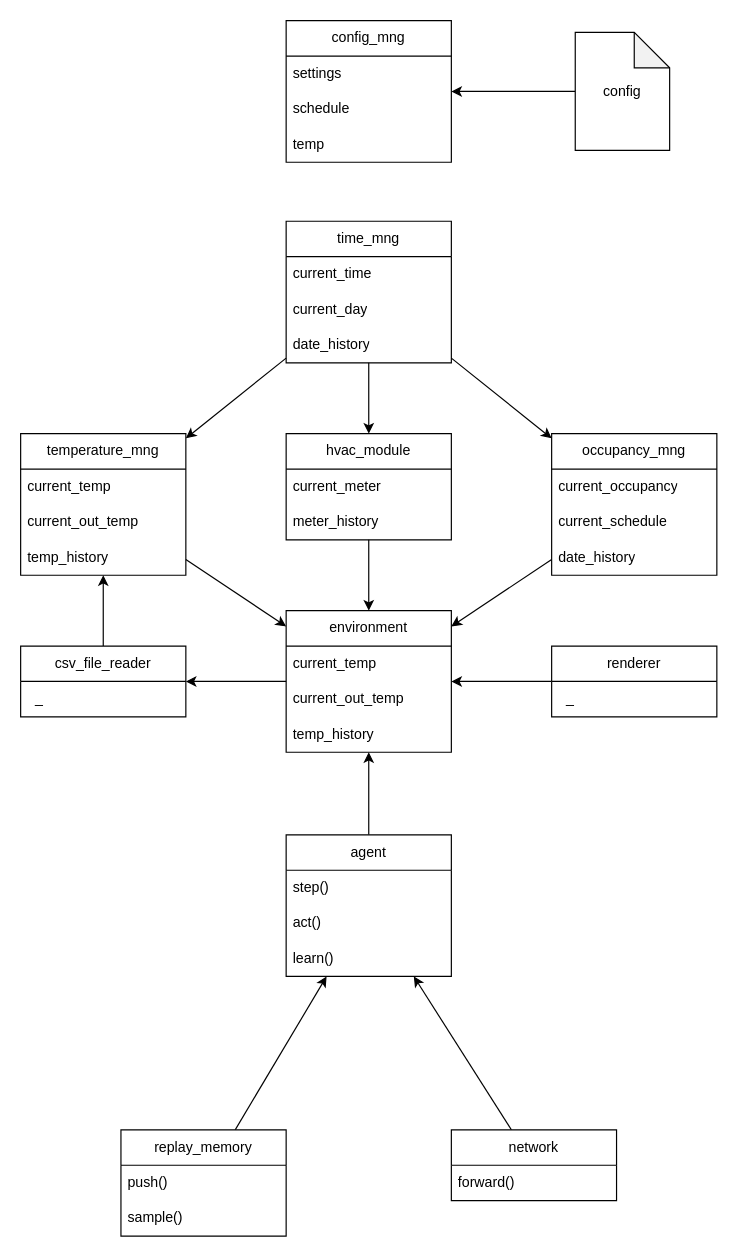
The draw.io diagram doc/diagram.dio in fix1t/SmartTemp-RL, before the edit. Source tidied: cells renumbered, new cells numbered last; positions are measured from the earlier drawing's top-left corner, leaving out a move shared by most shapes. Both pictures are drawn from the tidied source at 118%, with x=0, y=0 at pixel (20, 20).
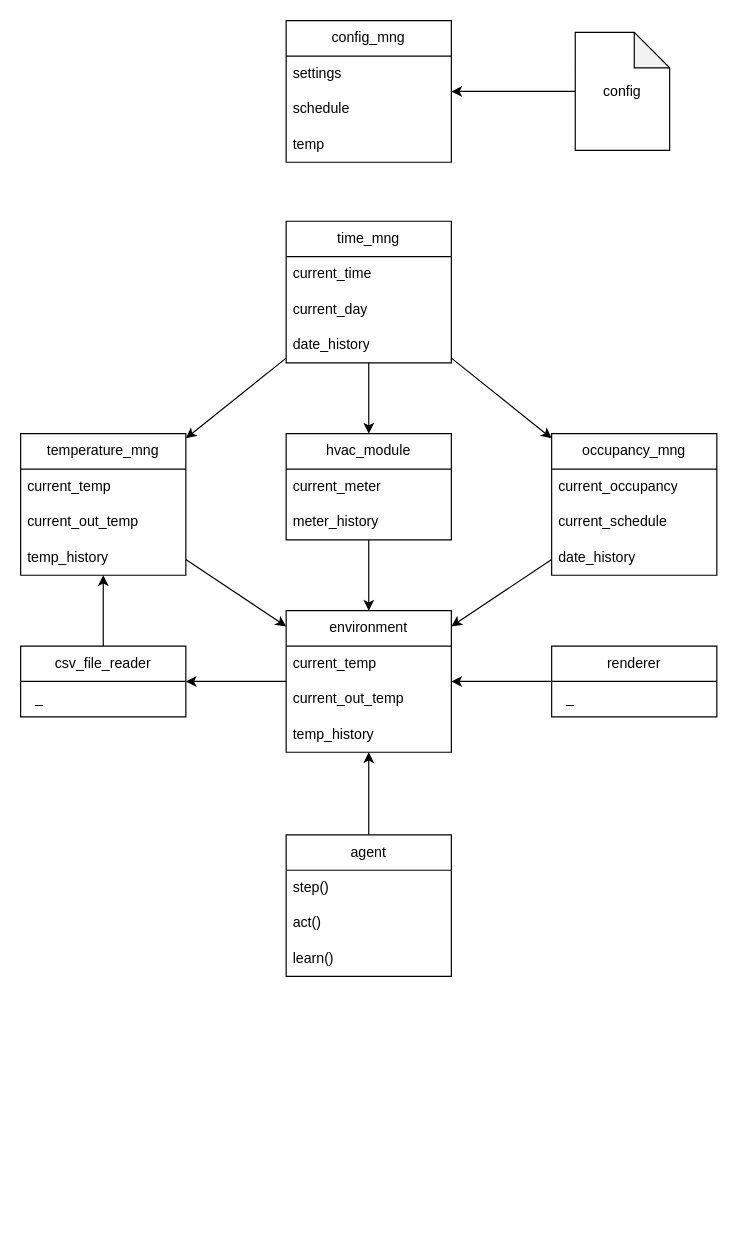
After the change.

Unchanged cells that the change refers to:
```xml
<mxCell id="35" value="agent" style="swimlane;fontStyle=0;horizontal=1;startSize=30;whiteSpace=wrap;html=1;" parent="1" vertex="1">
  <mxGeometry x="225" y="690" width="140" height="120" as="geometry" />
</mxCell>
```

What changed in the source:
```diff
@@
-    <mxCell id="39" style="edgeStyle=none;html=1;" parent="1" edge="1" source="40" target="35">
-      <mxGeometry relative="1" as="geometry" />
-    </mxCell>
-    <mxCell id="40" value="network" style="swimlane;fontStyle=0;horizontal=1;startSize=30;whiteSpace=wrap;html=1;" parent="1" vertex="1">
-      <mxGeometry x="365" y="940" width="140" height="60" as="geometry" />
-    </mxCell>
-    <mxCell id="41" value="forward()" style="text;strokeColor=none;fillColor=none;align=left;verticalAlign=middle;spacingLeft=4;spacingRight=4;overflow=hidden;whiteSpace=wrap;html=1;" parent="40" vertex="1">
-      <mxGeometry y="30" width="140" height="30" as="geometry" />
-    </mxCell>
-    <mxCell id="42" style="edgeStyle=none;html=1;" parent="1" edge="1" source="43" target="35">
-      <mxGeometry relative="1" as="geometry" />
-    </mxCell>
-    <mxCell id="43" value="replay_memory" style="swimlane;fontStyle=0;horizontal=1;startSize=30;whiteSpace=wrap;html=1;" parent="1" vertex="1">
-      <mxGeometry x="85" y="940" width="140" height="90" as="geometry" />
-    </mxCell>
-    <mxCell id="44" value="push()" style="text;strokeColor=none;fillColor=none;align=left;verticalAlign=middle;spacingLeft=4;spacingRight=4;overflow=hidden;whiteSpace=wrap;html=1;" parent="43" vertex="1">
-      <mxGeometry y="30" width="140" height="30" as="geometry" />
-    </mxCell>
-    <mxCell id="45" value="sample()" style="text;strokeColor=none;fillColor=none;align=left;verticalAlign=middle;spacingLeft=4;spacingRight=4;overflow=hidden;whiteSpace=wrap;html=1;" parent="43" vertex="1">
-      <mxGeometry y="60" width="140" height="30" as="geometry" />
-    </mxCell>
```
